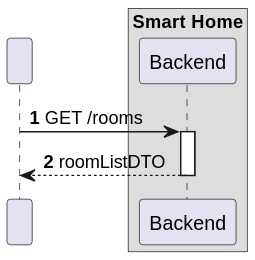
This is docs/C4_4plus1_models/Level2/ProcessView/ProcessViewLevel2_UC03_v1.svg from moutajDev/smarthome, a PlantUML export, as it was before one commit.
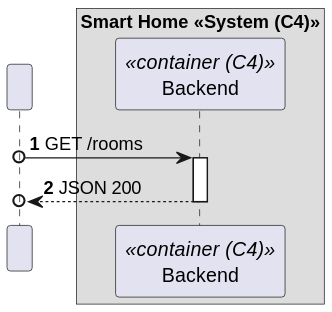
The same diagram one commit later.

Diff of the diagram source:
```diff
@@ -5,14 +5,14 @@
 
 participant " " as HTTP
 
-box "Smart Home"
-    participant "Backend" as BE
+box "Smart Home <<System (C4)>>"
+    participant "Backend" as BE<<container (C4)>>
 end box
 
 
-HTTP -> BE: GET /rooms
+HTTP o-> BE: GET /rooms
 activate BE
 
-BE --> HTTP: roomListDTO
+BE -->o HTTP: JSON 200
 deactivate BE
 @enduml
```
